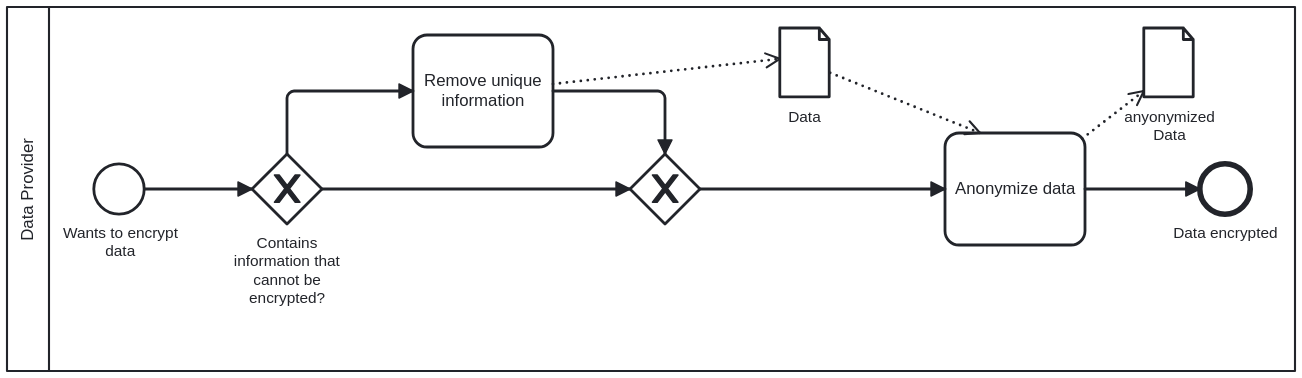
Before: Data Security/Anonymized_Sharing.svg, a diagram exported from BPMN (sacdevops/Process-Patterns-for-Data-Trustees). Its source is kept beside it as Data Security/Anonymized_Sharing.bpmn. Ids are renumbered. The source it was exported from:
```xml
<bpmn:definitions xmlns:bpmn="http://www.omg.org/spec/BPMN/20100524/MODEL" xmlns:bpmndi="http://www.omg.org/spec/BPMN/20100524/DI" xmlns:dc="http://www.omg.org/spec/DD/20100524/DC" xmlns:di="http://www.omg.org/spec/DD/20100524/DI" xmlns:modeler="http://camunda.org/schema/modeler/1.0" id="Definitions_n1" targetNamespace="http://bpmn.io/schema/bpmn" exporter="Camunda Web Modeler" exporterVersion="9832186" modeler:executionPlatform="Camunda Cloud" modeler:executionPlatformVersion="8.6.0">
  <bpmn:collaboration id="Collaboration_n2" name="Data_Encryption">
    <bpmn:participant id="Participant_n3" name="Data Provider" processRef="Process_n4" />
  </bpmn:collaboration>
  <bpmn:process id="Process_n4" isExecutable="true">
    <bpmn:startEvent id="Event_n5" name="Wants to encrypt data">
      <bpmn:outgoing>Flow_n6</bpmn:outgoing>
    </bpmn:startEvent>
    <bpmn:endEvent id="Event_n7" name="Data encrypted">
      <bpmn:incoming>Flow_n8</bpmn:incoming>
    </bpmn:endEvent>
    <bpmn:exclusiveGateway id="Gateway_n9" name="Contains information that cannot be encrypted?">
      <bpmn:incoming>Flow_n6</bpmn:incoming>
      <bpmn:outgoing>Flow_n10</bpmn:outgoing>
      <bpmn:outgoing>Flow_n11</bpmn:outgoing>
    </bpmn:exclusiveGateway>
    <bpmn:exclusiveGateway id="Gateway_n12">
      <bpmn:incoming>Flow_n11</bpmn:incoming>
      <bpmn:incoming>Flow_n13</bpmn:incoming>
      <bpmn:outgoing>Flow_n14</bpmn:outgoing>
    </bpmn:exclusiveGateway>
    <bpmn:task id="Activity_n15" name="Remove unique information">
      <bpmn:incoming>Flow_n10</bpmn:incoming>
      <bpmn:outgoing>Flow_n13</bpmn:outgoing>
      <bpmn:dataOutputAssociation id="DataOutputAssociation_n16">
        <bpmn:targetRef>DataObjectReference_n17</bpmn:targetRef>
      </bpmn:dataOutputAssociation>
    </bpmn:task>
    <bpmn:sequenceFlow id="Flow_n6" sourceRef="Event_n5" targetRef="Gateway_n9" />
    <bpmn:sequenceFlow id="Flow_n8" sourceRef="Activity_n18" targetRef="Event_n7" />
    <bpmn:sequenceFlow id="Flow_n10" sourceRef="Gateway_n9" targetRef="Activity_n15" />
    <bpmn:sequenceFlow id="Flow_n11" sourceRef="Gateway_n9" targetRef="Gateway_n12" />
    <bpmn:sequenceFlow id="Flow_n13" sourceRef="Activity_n15" targetRef="Gateway_n12" />
    <bpmn:sequenceFlow id="Flow_n14" sourceRef="Gateway_n12" targetRef="Activity_n18" />
    <bpmn:dataObjectReference id="DataObjectReference_n17" name="Data" dataObjectRef="DataObject_n19" />
    <bpmn:dataObject id="DataObject_n19" />
    <bpmn:task id="Activity_n18" name="Anonymize data">
      <bpmn:incoming>Flow_n14</bpmn:incoming>
      <bpmn:outgoing>Flow_n8</bpmn:outgoing>
      <bpmn:property id="Property_n20" name="__targetRef_placeholder" />
      <bpmn:dataInputAssociation id="DataInputAssociation_n21">
        <bpmn:sourceRef>DataObjectReference_n17</bpmn:sourceRef>
        <bpmn:targetRef>Property_n20</bpmn:targetRef>
      </bpmn:dataInputAssociation>
      <bpmn:dataOutputAssociation id="DataOutputAssociation_n22">
        <bpmn:targetRef>DataObjectReference_n23</bpmn:targetRef>
      </bpmn:dataOutputAssociation>
    </bpmn:task>
    <bpmn:dataObjectReference id="DataObjectReference_n23" name="anyonymized Data" dataObjectRef="DataObject_n24" />
    <bpmn:dataObject id="DataObject_n24" />
  </bpmn:process>
  <bpmndi:BPMNDiagram id="BPMNDiagram_1">
    <bpmndi:BPMNPlane id="BPMNPlane_1" bpmnElement="Collaboration_n2">
      <bpmndi:BPMNShape id="BPMNShape_n25" bpmnElement="Participant_n3" isHorizontal="true">
        <dc:Bounds x="150" y="380" width="920" height="260" />
        <bpmndi:BPMNLabel />
      </bpmndi:BPMNShape>
      <bpmndi:BPMNShape id="BPMNShape_n26" bpmnElement="Event_n5">
        <dc:Bounds x="212" y="492" width="36" height="36" />
        <bpmndi:BPMNLabel>
          <dc:Bounds x="190" y="535" width="82" height="27" />
        </bpmndi:BPMNLabel>
      </bpmndi:BPMNShape>
      <bpmndi:BPMNShape id="BPMNShape_n27" bpmnElement="Event_n7">
        <dc:Bounds x="1002" y="492" width="36" height="36" />
        <bpmndi:BPMNLabel>
          <dc:Bounds x="983" y="535" width="75" height="14" />
        </bpmndi:BPMNLabel>
      </bpmndi:BPMNShape>
      <bpmndi:BPMNShape id="BPMNShape_n28" bpmnElement="Gateway_n9" isMarkerVisible="true">
        <dc:Bounds x="325" y="485" width="50" height="50" />
        <bpmndi:BPMNLabel>
          <dc:Bounds x="312" y="542" width="77" height="53" />
        </bpmndi:BPMNLabel>
      </bpmndi:BPMNShape>
      <bpmndi:BPMNShape id="BPMNShape_n29" bpmnElement="Gateway_n12" isMarkerVisible="true">
        <dc:Bounds x="595" y="485" width="50" height="50" />
      </bpmndi:BPMNShape>
      <bpmndi:BPMNShape id="BPMNShape_n30" bpmnElement="Activity_n15">
        <dc:Bounds x="440" y="400" width="100" height="80" />
        <bpmndi:BPMNLabel />
      </bpmndi:BPMNShape>
      <bpmndi:BPMNShape id="BPMNShape_n31" bpmnElement="DataObjectReference_n17">
        <dc:Bounds x="702" y="395" width="36" height="50" />
        <bpmndi:BPMNLabel>
          <dc:Bounds x="708" y="452" width="24" height="14" />
        </bpmndi:BPMNLabel>
      </bpmndi:BPMNShape>
      <bpmndi:BPMNShape id="BPMNShape_n32" bpmnElement="Activity_n18">
        <dc:Bounds x="820" y="470" width="100" height="80" />
        <bpmndi:BPMNLabel />
      </bpmndi:BPMNShape>
      <bpmndi:BPMNShape id="DataObjectReference_n23_di" bpmnElement="DataObjectReference_n23">
        <dc:Bounds x="962" y="395" width="36" height="50" />
        <bpmndi:BPMNLabel>
          <dc:Bounds x="948" y="452" width="65" height="27" />
        </bpmndi:BPMNLabel>
      </bpmndi:BPMNShape>
      <bpmndi:BPMNEdge id="BPMNEdge_n33" bpmnElement="Flow_n6">
        <di:waypoint x="248" y="510" />
        <di:waypoint x="325" y="510" />
      </bpmndi:BPMNEdge>
      <bpmndi:BPMNEdge id="BPMNEdge_n34" bpmnElement="Flow_n8">
        <di:waypoint x="920" y="510" />
        <di:waypoint x="1002" y="510" />
      </bpmndi:BPMNEdge>
      <bpmndi:BPMNEdge id="BPMNEdge_n35" bpmnElement="Flow_n10">
        <di:waypoint x="350" y="485" />
        <di:waypoint x="350" y="440" />
        <di:waypoint x="440" y="440" />
      </bpmndi:BPMNEdge>
      <bpmndi:BPMNEdge id="BPMNEdge_n36" bpmnElement="Flow_n11">
        <di:waypoint x="375" y="510" />
        <di:waypoint x="595" y="510" />
      </bpmndi:BPMNEdge>
      <bpmndi:BPMNEdge id="BPMNEdge_n37" bpmnElement="Flow_n13">
        <di:waypoint x="540" y="440" />
        <di:waypoint x="620" y="440" />
        <di:waypoint x="620" y="485" />
      </bpmndi:BPMNEdge>
      <bpmndi:BPMNEdge id="BPMNEdge_n38" bpmnElement="Flow_n14">
        <di:waypoint x="645" y="510" />
        <di:waypoint x="820" y="510" />
      </bpmndi:BPMNEdge>
      <bpmndi:BPMNEdge id="DataOutputAssociation_n16_di" bpmnElement="DataOutputAssociation_n16">
        <di:waypoint x="540" y="435" />
        <di:waypoint x="702" y="417" />
      </bpmndi:BPMNEdge>
      <bpmndi:BPMNEdge id="DataInputAssociation_n21_di" bpmnElement="DataInputAssociation_n21">
        <di:waypoint x="738" y="427" />
        <di:waypoint x="845" y="470" />
      </bpmndi:BPMNEdge>
      <bpmndi:BPMNEdge id="DataOutputAssociation_n22_di" bpmnElement="DataOutputAssociation_n22">
        <di:waypoint x="918" y="474" />
        <di:waypoint x="962" y="440" />
      </bpmndi:BPMNEdge>
    </bpmndi:BPMNPlane>
  </bpmndi:BPMNDiagram>
</bpmn:definitions>
```
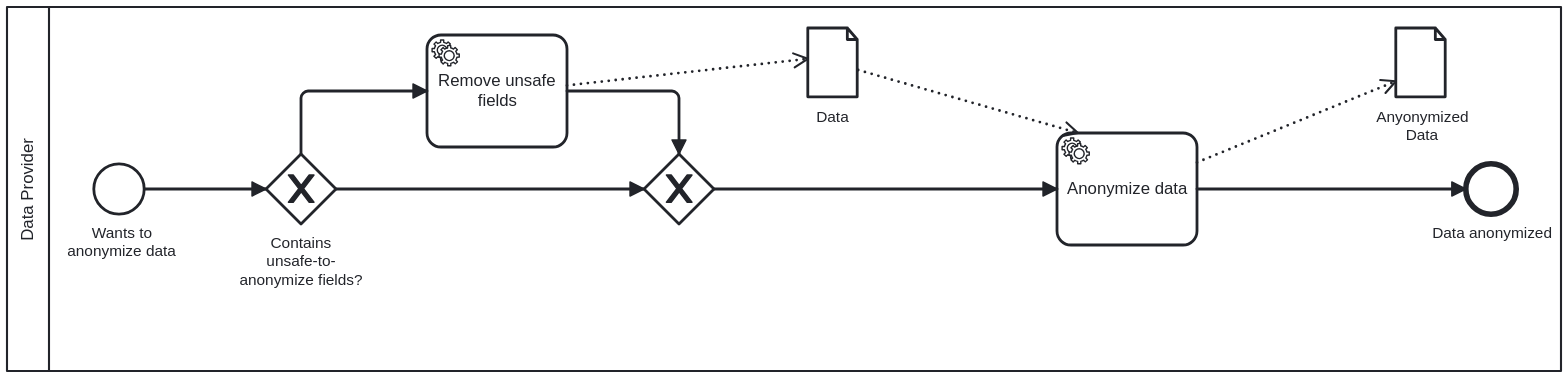
Later version of the same file.

What changed in the source:
```diff
@@ -1,15 +1,18 @@
-<bpmn:definitions xmlns:bpmn="http://www.omg.org/spec/BPMN/20100524/MODEL" xmlns:bpmndi="http://www.omg.org/spec/BPMN/20100524/DI" xmlns:dc="http://www.omg.org/spec/DD/20100524/DC" xmlns:di="http://www.omg.org/spec/DD/20100524/DI" xmlns:modeler="http://camunda.org/schema/modeler/1.0" id="Definitions_n1" targetNamespace="http://bpmn.io/schema/bpmn" exporter="Camunda Web Modeler" exporterVersion="9832186" modeler:executionPlatform="Camunda Cloud" modeler:executionPlatformVersion="8.6.0">
+<bpmn:definitions xmlns:bpmn="http://www.omg.org/spec/BPMN/20100524/MODEL" xmlns:bpmndi="http://www.omg.org/spec/BPMN/20100524/DI" xmlns:dc="http://www.omg.org/spec/DD/20100524/DC" xmlns:di="http://www.omg.org/spec/DD/20100524/DI" xmlns:modeler="http://camunda.org/schema/modeler/1.0" id="Definitions_n1" targetNamespace="http://bpmn.io/schema/bpmn" exporter="Camunda Modeler" exporterVersion="5.34.0" modeler:executionPlatform="Camunda Cloud" modeler:executionPlatformVersion="8.6.0">
   <bpmn:collaboration id="Collaboration_n2" name="Data_Encryption">
     <bpmn:participant id="Participant_n3" name="Data Provider" processRef="Process_n4" />
   </bpmn:collaboration>
   <bpmn:process id="Process_n4" isExecutable="true">
-    <bpmn:startEvent id="Event_n5" name="Wants to encrypt data">
+    <bpmn:startEvent id="Event_n5" name="Wants to anonymize data">
       <bpmn:outgoing>Flow_n6</bpmn:outgoing>
     </bpmn:startEvent>
-    <bpmn:endEvent id="Event_n7" name="Data encrypted">
-      <bpmn:incoming>Flow_n8</bpmn:incoming>
-    </bpmn:endEvent>
-    <bpmn:exclusiveGateway id="Gateway_n9" name="Contains information that cannot be encrypted?">
+    <bpmn:sequenceFlow id="Flow_n6" sourceRef="Event_n5" targetRef="Gateway_n9" />
+    <bpmn:sequenceFlow id="Flow_n10" sourceRef="Gateway_n9" targetRef="Activity_n15" />
+    <bpmn:sequenceFlow id="Flow_n11" sourceRef="Gateway_n9" targetRef="Gateway_n12" />
+    <bpmn:sequenceFlow id="Flow_n13" sourceRef="Activity_n15" targetRef="Gateway_n12" />
+    <bpmn:sequenceFlow id="Flow_n14" sourceRef="Gateway_n12" targetRef="Activity_n18" />
+    <bpmn:sequenceFlow id="Flow_n8" sourceRef="Activity_n18" targetRef="Event_n7" />
+    <bpmn:exclusiveGateway id="Gateway_n9" name="Contains&#10;unsafe-to-&#10;anonymize fields?">
       <bpmn:incoming>Flow_n6</bpmn:incoming>
       <bpmn:outgoing>Flow_n10</bpmn:outgoing>
       <bpmn:outgoing>Flow_n11</bpmn:outgoing>
@@ -19,120 +22,116 @@
       <bpmn:incoming>Flow_n13</bpmn:incoming>
       <bpmn:outgoing>Flow_n14</bpmn:outgoing>
     </bpmn:exclusiveGateway>
-    <bpmn:task id="Activity_n15" name="Remove unique information">
+    <bpmn:dataObjectReference id="DataObjectReference_n17" name="Data" dataObjectRef="DataObject_n19" />
+    <bpmn:dataObject id="DataObject_n19" />
+    <bpmn:dataObjectReference id="DataObjectReference_n23" name="Anyonymized Data" dataObjectRef="DataObject_n24" />
+    <bpmn:dataObject id="DataObject_n24" />
+    <bpmn:endEvent id="Event_n7" name="Data anonymized">
+      <bpmn:incoming>Flow_n8</bpmn:incoming>
+    </bpmn:endEvent>
+    <bpmn:serviceTask id="Activity_n15" name="Remove unsafe fields">
       <bpmn:incoming>Flow_n10</bpmn:incoming>
       <bpmn:outgoing>Flow_n13</bpmn:outgoing>
       <bpmn:dataOutputAssociation id="DataOutputAssociation_n16">
         <bpmn:targetRef>DataObjectReference_n17</bpmn:targetRef>
       </bpmn:dataOutputAssociation>
-    </bpmn:task>
-    <bpmn:sequenceFlow id="Flow_n6" sourceRef="Event_n5" targetRef="Gateway_n9" />
-    <bpmn:sequenceFlow id="Flow_n8" sourceRef="Activity_n18" targetRef="Event_n7" />
-    <bpmn:sequenceFlow id="Flow_n10" sourceRef="Gateway_n9" targetRef="Activity_n15" />
-    <bpmn:sequenceFlow id="Flow_n11" sourceRef="Gateway_n9" targetRef="Gateway_n12" />
-    <bpmn:sequenceFlow id="Flow_n13" sourceRef="Activity_n15" targetRef="Gateway_n12" />
-    <bpmn:sequenceFlow id="Flow_n14" sourceRef="Gateway_n12" targetRef="Activity_n18" />
-    <bpmn:dataObjectReference id="DataObjectReference_n17" name="Data" dataObjectRef="DataObject_n19" />
-    <bpmn:dataObject id="DataObject_n19" />
-    <bpmn:task id="Activity_n18" name="Anonymize data">
+    </bpmn:serviceTask>
+    <bpmn:serviceTask id="Activity_n18" name="Anonymize data">
       <bpmn:incoming>Flow_n14</bpmn:incoming>
       <bpmn:outgoing>Flow_n8</bpmn:outgoing>
-      <bpmn:property id="Property_n20" name="__targetRef_placeholder" />
+      <bpmn:property id="Property_n39" name="__targetRef_placeholder" />
       <bpmn:dataInputAssociation id="DataInputAssociation_n21">
         <bpmn:sourceRef>DataObjectReference_n17</bpmn:sourceRef>
-        <bpmn:targetRef>Property_n20</bpmn:targetRef>
+        <bpmn:targetRef>Property_n39</bpmn:targetRef>
       </bpmn:dataInputAssociation>
       <bpmn:dataOutputAssociation id="DataOutputAssociation_n22">
         <bpmn:targetRef>DataObjectReference_n23</bpmn:targetRef>
       </bpmn:dataOutputAssociation>
-    </bpmn:task>
-    <bpmn:dataObjectReference id="DataObjectReference_n23" name="anyonymized Data" dataObjectRef="DataObject_n24" />
-    <bpmn:dataObject id="DataObject_n24" />
+    </bpmn:serviceTask>
   </bpmn:process>
   <bpmndi:BPMNDiagram id="BPMNDiagram_1">
     <bpmndi:BPMNPlane id="BPMNPlane_1" bpmnElement="Collaboration_n2">
       <bpmndi:BPMNShape id="BPMNShape_n25" bpmnElement="Participant_n3" isHorizontal="true">
-        <dc:Bounds x="150" y="380" width="920" height="260" />
+        <dc:Bounds x="150" y="80" width="1110" height="260" />
         <bpmndi:BPMNLabel />
       </bpmndi:BPMNShape>
       <bpmndi:BPMNShape id="BPMNShape_n26" bpmnElement="Event_n5">
-        <dc:Bounds x="212" y="492" width="36" height="36" />
+        <dc:Bounds x="212" y="192" width="36" height="36" />
         <bpmndi:BPMNLabel>
-          <dc:Bounds x="190" y="535" width="82" height="27" />
+          <dc:Bounds x="193" y="235" width="78" height="27" />
+        </bpmndi:BPMNLabel>
+      </bpmndi:BPMNShape>
+      <bpmndi:BPMNShape id="BPMNShape_n28" bpmnElement="Gateway_n9" isMarkerVisible="true">
+        <dc:Bounds x="335" y="185" width="50" height="50" />
+        <bpmndi:BPMNLabel>
+          <dc:Bounds x="316" y="242" width="89" height="40" />
+        </bpmndi:BPMNLabel>
+      </bpmndi:BPMNShape>
+      <bpmndi:BPMNShape id="BPMNShape_n29" bpmnElement="Gateway_n12" isMarkerVisible="true">
+        <dc:Bounds x="605" y="185" width="50" height="50" />
+      </bpmndi:BPMNShape>
+      <bpmndi:BPMNShape id="BPMNShape_n31" bpmnElement="DataObjectReference_n17">
+        <dc:Bounds x="722" y="95" width="36" height="50" />
+        <bpmndi:BPMNLabel>
+          <dc:Bounds x="728" y="152" width="24" height="14" />
+        </bpmndi:BPMNLabel>
+      </bpmndi:BPMNShape>
+      <bpmndi:BPMNShape id="DataObjectReference_n23_di" bpmnElement="DataObjectReference_n23">
+        <dc:Bounds x="1142" y="95" width="36" height="50" />
+        <bpmndi:BPMNLabel>
+          <dc:Bounds x="1128" y="152" width="66" height="27" />
         </bpmndi:BPMNLabel>
       </bpmndi:BPMNShape>
       <bpmndi:BPMNShape id="BPMNShape_n27" bpmnElement="Event_n7">
-        <dc:Bounds x="1002" y="492" width="36" height="36" />
+        <dc:Bounds x="1192" y="192" width="36" height="36" />
         <bpmndi:BPMNLabel>
-          <dc:Bounds x="983" y="535" width="75" height="14" />
+          <dc:Bounds x="1168" y="235" width="86" height="14" />
         </bpmndi:BPMNLabel>
       </bpmndi:BPMNShape>
-      <bpmndi:BPMNShape id="BPMNShape_n28" bpmnElement="Gateway_n9" isMarkerVisible="true">
-        <dc:Bounds x="325" y="485" width="50" height="50" />
-        <bpmndi:BPMNLabel>
-          <dc:Bounds x="312" y="542" width="77" height="53" />
-        </bpmndi:BPMNLabel>
-      </bpmndi:BPMNShape>
-      <bpmndi:BPMNShape id="BPMNShape_n29" bpmnElement="Gateway_n12" isMarkerVisible="true">
-        <dc:Bounds x="595" y="485" width="50" height="50" />
-      </bpmndi:BPMNShape>
-      <bpmndi:BPMNShape id="BPMNShape_n30" bpmnElement="Activity_n15">
-        <dc:Bounds x="440" y="400" width="100" height="80" />
+      <bpmndi:BPMNShape id="Activity_1wdxux3_di" bpmnElement="Activity_n15">
+        <dc:Bounds x="450" y="100" width="100" height="80" />
         <bpmndi:BPMNLabel />
       </bpmndi:BPMNShape>
-      <bpmndi:BPMNShape id="BPMNShape_n31" bpmnElement="DataObjectReference_n17">
-        <dc:Bounds x="702" y="395" width="36" height="50" />
-        <bpmndi:BPMNLabel>
-          <dc:Bounds x="708" y="452" width="24" height="14" />
-        </bpmndi:BPMNLabel>
-      </bpmndi:BPMNShape>
-      <bpmndi:BPMNShape id="BPMNShape_n32" bpmnElement="Activity_n18">
-        <dc:Bounds x="820" y="470" width="100" height="80" />
-        <bpmndi:BPMNLabel />
-      </bpmndi:BPMNShape>
-      <bpmndi:BPMNShape id="DataObjectReference_n23_di" bpmnElement="DataObjectReference_n23">
-        <dc:Bounds x="962" y="395" width="36" height="50" />
-        <bpmndi:BPMNLabel>
-          <dc:Bounds x="948" y="452" width="65" height="27" />
-        </bpmndi:BPMNLabel>
+      <bpmndi:BPMNShape id="Activity_1u87voi_di" bpmnElement="Activity_n18">
+        <dc:Bounds x="900" y="170" width="100" height="80" />
       </bpmndi:BPMNShape>
       <bpmndi:BPMNEdge id="BPMNEdge_n33" bpmnElement="Flow_n6">
-        <di:waypoint x="248" y="510" />
-        <di:waypoint x="325" y="510" />
+        <di:waypoint x="248" y="210" />
+        <di:waypoint x="335" y="210" />
+      </bpmndi:BPMNEdge>
+      <bpmndi:BPMNEdge id="BPMNEdge_n35" bpmnElement="Flow_n10">
+        <di:waypoint x="360" y="185" />
+        <di:waypoint x="360" y="140" />
+        <di:waypoint x="450" y="140" />
+      </bpmndi:BPMNEdge>
+      <bpmndi:BPMNEdge id="BPMNEdge_n36" bpmnElement="Flow_n11">
+        <di:waypoint x="385" y="210" />
+        <di:waypoint x="605" y="210" />
+      </bpmndi:BPMNEdge>
+      <bpmndi:BPMNEdge id="BPMNEdge_n37" bpmnElement="Flow_n13">
+        <di:waypoint x="550" y="140" />
+        <di:waypoint x="630" y="140" />
+        <di:waypoint x="630" y="185" />
+      </bpmndi:BPMNEdge>
+      <bpmndi:BPMNEdge id="BPMNEdge_n38" bpmnElement="Flow_n14">
+        <di:waypoint x="655" y="210" />
+        <di:waypoint x="900" y="210" />
       </bpmndi:BPMNEdge>
       <bpmndi:BPMNEdge id="BPMNEdge_n34" bpmnElement="Flow_n8">
-        <di:waypoint x="920" y="510" />
-        <di:waypoint x="1002" y="510" />
-      </bpmndi:BPMNEdge>
-      <bpmndi:BPMNEdge id="BPMNEdge_n35" bpmnElement="Flow_n10">
-        <di:waypoint x="350" y="485" />
-        <di:waypoint x="350" y="440" />
-        <di:waypoint x="440" y="440" />
-      </bpmndi:BPMNEdge>
-      <bpmndi:BPMNEdge id="BPMNEdge_n36" bpmnElement="Flow_n11">
-        <di:waypoint x="375" y="510" />
-        <di:waypoint x="595" y="510" />
-      </bpmndi:BPMNEdge>
-      <bpmndi:BPMNEdge id="BPMNEdge_n37" bpmnElement="Flow_n13">
-        <di:waypoint x="540" y="440" />
-        <di:waypoint x="620" y="440" />
-        <di:waypoint x="620" y="485" />
-      </bpmndi:BPMNEdge>
-      <bpmndi:BPMNEdge id="BPMNEdge_n38" bpmnElement="Flow_n14">
-        <di:waypoint x="645" y="510" />
-        <di:waypoint x="820" y="510" />
+        <di:waypoint x="1000" y="210" />
+        <di:waypoint x="1192" y="210" />
       </bpmndi:BPMNEdge>
       <bpmndi:BPMNEdge id="DataOutputAssociation_n16_di" bpmnElement="DataOutputAssociation_n16">
-        <di:waypoint x="540" y="435" />
-        <di:waypoint x="702" y="417" />
+        <di:waypoint x="550" y="136" />
+        <di:waypoint x="722" y="117" />
       </bpmndi:BPMNEdge>
       <bpmndi:BPMNEdge id="DataInputAssociation_n21_di" bpmnElement="DataInputAssociation_n21">
-        <di:waypoint x="738" y="427" />
-        <di:waypoint x="845" y="470" />
+        <di:waypoint x="758" y="125" />
+        <di:waypoint x="915" y="170" />
       </bpmndi:BPMNEdge>
       <bpmndi:BPMNEdge id="DataOutputAssociation_n22_di" bpmnElement="DataOutputAssociation_n22">
-        <di:waypoint x="918" y="474" />
-        <di:waypoint x="962" y="440" />
+        <di:waypoint x="1000" y="191" />
+        <di:waypoint x="1142" y="133" />
       </bpmndi:BPMNEdge>
     </bpmndi:BPMNPlane>
   </bpmndi:BPMNDiagram>
```
